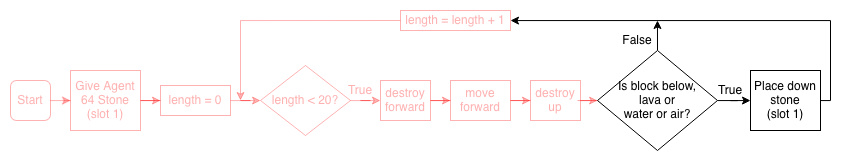
The draw.io diagram tutorials/python-islands/island-7/autominer/images/flowchart-landscape_4.png in CausewayDigital/Minecraft-EE-MakeCode, before a commit. Source tidied: cells renumbered, new cells last; positions are measured from the earlier drawing's top-left corner, leaving out a move shared by most shapes.
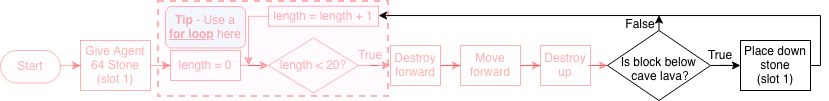
After the change.

The edit, as a diff of the source:
```diff
@@ -2,87 +2,96 @@
   <root>
     <mxCell id="0" />
     <mxCell id="1" parent="0" />
-    <mxCell id="2" style="edgeStyle=orthogonalEdgeStyle;rounded=0;jettySize=auto;html=1;fontColor=light-dark(#FF0000,#FF0000);textOpacity=30;strokeColor=light-dark(#FF0000,#FF0000);opacity=30;" parent="1" edge="1" source="3" target="5">
-      <mxGeometry relative="1" as="geometry" />
-    </mxCell>
-    <mxCell id="3" value="Start" style="rounded=1;whiteSpace=wrap;html=1;fontColor=light-dark(#FF0000,#FF0000);textOpacity=30;strokeColor=light-dark(#FF0000,#FF0000);opacity=30;" parent="1" vertex="1">
-      <mxGeometry y="70" width="40" height="40" as="geometry" />
-    </mxCell>
+    <mxCell id="26" style="edgeStyle=orthogonalEdgeStyle;rounded=0;jettySize=auto;html=1;strokeColor=#FF0000;opacity=30;fontColor=#FF0000;textOpacity=30;" parent="1" edge="1" target="5">
+      <mxGeometry relative="1" as="geometry">
+        <mxPoint x="40" y="90" as="sourcePoint" />
+      </mxGeometry>
+    </mxCell>
-    <mxCell id="4" style="edgeStyle=orthogonalEdgeStyle;rounded=0;jettySize=auto;html=1;fontColor=light-dark(#FF0000,#FF0000);textOpacity=30;strokeColor=light-dark(#FF0000,#FF0000);opacity=30;" parent="1" edge="1" source="5" target="7">
+    <mxCell id="4" style="edgeStyle=orthogonalEdgeStyle;rounded=0;jettySize=auto;html=1;shadow=0;strokeColor=#FF0000;opacity=30;fontColor=#FF0000;textOpacity=30;" parent="1" edge="1" source="5" target="7">
       <mxGeometry relative="1" as="geometry" />
     </mxCell>
-    <mxCell id="5" value="&lt;div&gt;Give Agent 64 Stone&lt;/div&gt;(slot 1)" style="rounded=0;whiteSpace=wrap;html=1;fontColor=light-dark(#FF0000,#FF0000);textOpacity=30;strokeColor=light-dark(#FF0000,#FF0000);opacity=30;" parent="1" vertex="1">
-      <mxGeometry x="60" y="60" width="70" height="60" as="geometry" />
+    <mxCell id="5" value="&lt;div&gt;Give Agent 64 Stone&lt;/div&gt;(slot 1)" style="rounded=0;whiteSpace=wrap;html=1;strokeColor=#FF0000;opacity=30;fontColor=#FF0000;textOpacity=30;" parent="1" vertex="1">
+      <mxGeometry x="60" y="65" width="70" height="50" as="geometry" />
     </mxCell>
-    <mxCell id="6" style="edgeStyle=orthogonalEdgeStyle;rounded=0;jettySize=auto;html=1;fontColor=light-dark(#FF0000,#FF0000);textOpacity=30;strokeColor=light-dark(#FF0000,#FF0000);opacity=30;" parent="1" edge="1" source="7" target="9">
+    <mxCell id="6" style="edgeStyle=orthogonalEdgeStyle;rounded=0;jettySize=auto;html=1;shadow=0;strokeColor=#FF0000;opacity=30;" parent="1" edge="1" source="7" target="9">
       <mxGeometry relative="1" as="geometry" />
     </mxCell>
-    <mxCell id="7" value="length = 0" style="rounded=0;whiteSpace=wrap;html=1;fontColor=light-dark(#FF0000,#FF0000);textOpacity=30;strokeColor=light-dark(#FF0000,#FF0000);opacity=30;" parent="1" vertex="1">
+    <mxCell id="7" value="length = 0" style="rounded=0;whiteSpace=wrap;html=1;shadow=0;strokeColor=#FF0000;opacity=30;fontColor=#FF0000;textOpacity=30;" parent="1" vertex="1">
       <mxGeometry x="150" y="75" width="70" height="30" as="geometry" />
     </mxCell>
-    <mxCell id="8" style="edgeStyle=orthogonalEdgeStyle;rounded=0;jettySize=auto;html=1;fontColor=light-dark(#FF0000,#FF0000);textOpacity=30;strokeColor=light-dark(#FF0000,#FF0000);opacity=30;" parent="1" edge="1" source="9" target="11">
-      <mxGeometry relative="1" as="geometry" />
-    </mxCell>
+    <mxCell id="27" style="edgeStyle=orthogonalEdgeStyle;rounded=0;jettySize=auto;html=1;shadow=0;strokeColor=#FF0000;opacity=30;fontColor=#FF0000;textOpacity=30;" parent="1" edge="1" source="9" target="29">
+      <mxGeometry relative="1" as="geometry" />
+    </mxCell>
-    <mxCell id="9" value="length &amp;lt; 20?" style="rhombus;whiteSpace=wrap;html=1;fontColor=light-dark(#FF0000,#FF0000);textOpacity=30;strokeColor=light-dark(#FF0000,#FF0000);opacity=30;" parent="1" vertex="1">
-      <mxGeometry x="250" y="55" width="90" height="70" as="geometry" />
+    <mxCell id="9" value="length &amp;lt; 20?" style="rhombus;whiteSpace=wrap;html=1;shadow=0;strokeColor=#FF0000;opacity=30;fontColor=#FF0000;textOpacity=30;" parent="1" vertex="1">
+      <mxGeometry x="248" y="62.5" width="90" height="55" as="geometry" />
     </mxCell>
-    <mxCell id="10" style="edgeStyle=orthogonalEdgeStyle;rounded=0;jettySize=auto;html=1;fontColor=light-dark(#FF0000,#FF0000);textOpacity=30;strokeColor=light-dark(#FF0000,#FF0000);opacity=30;" parent="1" edge="1" source="11" target="13">
-      <mxGeometry relative="1" as="geometry" />
-    </mxCell>
-    <mxCell id="11" value="destroy forward" style="rounded=0;whiteSpace=wrap;html=1;fontColor=light-dark(#FF0000,#FF0000);textOpacity=30;strokeColor=light-dark(#FF0000,#FF0000);opacity=30;" parent="1" vertex="1">
-      <mxGeometry x="370" y="70" width="50" height="40" as="geometry" />
-    </mxCell>
-    <mxCell id="12" style="edgeStyle=orthogonalEdgeStyle;rounded=0;jettySize=auto;html=1;exitX=1;exitY=0.5;exitDx=0;exitDy=0;fontColor=light-dark(#FF0000,#FF0000);textOpacity=30;strokeColor=light-dark(#FF0000,#FF0000);opacity=30;" parent="1" edge="1" source="13" target="15">
-      <mxGeometry relative="1" as="geometry" />
-    </mxCell>
-    <mxCell id="13" value="move forward" style="rounded=0;whiteSpace=wrap;html=1;fontColor=light-dark(#FF0000,#FF0000);textOpacity=30;strokeColor=light-dark(#FF0000,#FF0000);opacity=30;" parent="1" vertex="1">
-      <mxGeometry x="440" y="70" width="60" height="40" as="geometry" />
-    </mxCell>
-    <mxCell id="14" style="edgeStyle=orthogonalEdgeStyle;rounded=0;jettySize=auto;html=1;fontColor=light-dark(#FF0000,#FF0000);textOpacity=30;strokeColor=light-dark(#FF0000,#FF0000);opacity=30;" parent="1" edge="1" source="15" target="18">
-      <mxGeometry relative="1" as="geometry" />
-    </mxCell>
-    <mxCell id="15" value="destroy up" style="rounded=0;whiteSpace=wrap;html=1;fontColor=light-dark(#FF0000,#FF0000);textOpacity=30;strokeColor=light-dark(#FF0000,#FF0000);opacity=30;" parent="1" vertex="1">
-      <mxGeometry x="520" y="70" width="50" height="40" as="geometry" />
-    </mxCell>
-    <mxCell id="16" style="edgeStyle=orthogonalEdgeStyle;rounded=0;jettySize=auto;html=1;" parent="1" edge="1" source="18" target="20">
-      <mxGeometry relative="1" as="geometry" />
-    </mxCell>
-    <mxCell id="17" style="edgeStyle=orthogonalEdgeStyle;rounded=0;jettySize=auto;html=1;exitX=0.5;exitY=0;exitDx=0;exitDy=0;" parent="1" edge="1" source="18">
-      <mxGeometry relative="1" as="geometry">
-        <mxPoint x="647" y="10" as="targetPoint" />
-      </mxGeometry>
-    </mxCell>
-    <mxCell id="18" value="Is block below, &lt;br&gt;lava or &lt;br&gt;water or air?" style="rhombus;whiteSpace=wrap;html=1;" parent="1" vertex="1">
-      <mxGeometry x="587" y="40" width="120" height="100" as="geometry" />
-    </mxCell>
+    <mxCell id="28" style="edgeStyle=orthogonalEdgeStyle;rounded=0;jettySize=auto;html=1;shadow=0;strokeColor=#FF0000;opacity=30;fontColor=#FF0000;textOpacity=30;" parent="1" edge="1" source="29" target="31">
+      <mxGeometry relative="1" as="geometry" />
+    </mxCell>
+    <mxCell id="29" value="Destroy forward" style="rounded=0;whiteSpace=wrap;html=1;shadow=0;strokeColor=#FF0000;opacity=30;fontColor=#FF0000;textOpacity=30;" parent="1" vertex="1">
+      <mxGeometry x="370" y="70" width="50" height="40" as="geometry" />
+    </mxCell>
+    <mxCell id="30" style="edgeStyle=orthogonalEdgeStyle;rounded=0;jettySize=auto;html=1;exitX=1;exitY=0.5;exitDx=0;exitDy=0;shadow=0;strokeColor=#FF0000;opacity=30;fontColor=#FF0000;textOpacity=30;" parent="1" edge="1" source="31" target="33">
+      <mxGeometry relative="1" as="geometry" />
+    </mxCell>
+    <mxCell id="31" value="Move forward" style="rounded=0;whiteSpace=wrap;html=1;shadow=0;strokeColor=#FF0000;opacity=30;fontColor=#FF0000;textOpacity=30;" parent="1" vertex="1">
+      <mxGeometry x="440" y="70" width="60" height="40" as="geometry" />
+    </mxCell>
+    <mxCell id="32" style="edgeStyle=orthogonalEdgeStyle;rounded=0;jettySize=auto;html=1;shadow=0;strokeColor=#FF0000;opacity=30;fontColor=#FF0000;textOpacity=30;" parent="1" edge="1" source="33" target="36">
+      <mxGeometry relative="1" as="geometry" />
+    </mxCell>
+    <mxCell id="33" value="Destroy up" style="rounded=0;whiteSpace=wrap;html=1;shadow=0;strokeColor=#FF0000;opacity=30;fontColor=#FF0000;textOpacity=30;" parent="1" vertex="1">
+      <mxGeometry x="520" y="70" width="50" height="40" as="geometry" />
+    </mxCell>
+    <mxCell id="34" style="edgeStyle=orthogonalEdgeStyle;rounded=0;jettySize=auto;html=1;shadow=0;" parent="1" edge="1" source="36" target="20">
+      <mxGeometry relative="1" as="geometry" />
+    </mxCell>
+    <mxCell id="35" style="edgeStyle=orthogonalEdgeStyle;rounded=0;jettySize=auto;html=1;exitX=0.5;exitY=0;exitDx=0;exitDy=0;entryX=0.964;entryY=0.029;entryDx=0;entryDy=0;entryPerimeter=0;shadow=0;" parent="1" edge="1" source="36" target="23">
+      <mxGeometry relative="1" as="geometry" />
+    </mxCell>
+    <mxCell id="36" value="Is block below&amp;nbsp;&lt;br&gt;cave lava?" style="rhombus;whiteSpace=wrap;html=1;verticalAlign=middle;spacingBottom=0;spacingTop=7;spacingLeft=3;shadow=0;" parent="1" vertex="1">
+      <mxGeometry x="587" y="55" width="103" height="70" as="geometry" />
+    </mxCell>
-    <mxCell id="19" style="edgeStyle=orthogonalEdgeStyle;rounded=0;jettySize=auto;html=1;entryX=1;entryY=0.5;entryDx=0;entryDy=0;" parent="1" edge="1" source="20" target="25">
+    <mxCell id="19" style="edgeStyle=orthogonalEdgeStyle;rounded=0;jettySize=auto;html=1;entryX=1;entryY=0.5;entryDx=0;entryDy=0;shadow=0;" parent="1" edge="1" source="20" target="25">
       <mxGeometry relative="1" as="geometry">
         <Array as="points">
-          <mxPoint x="820" y="90" />
-          <mxPoint x="820" y="10" />
-          <mxPoint x="505" y="10" />
+          <mxPoint x="800" y="90" />
+          <mxPoint x="800" y="40" />
+          <mxPoint x="358" y="40" />
         </Array>
       </mxGeometry>
     </mxCell>
-    <mxCell id="20" value="&lt;div&gt;Place down stone&lt;/div&gt;(slot 1)" style="rounded=0;whiteSpace=wrap;html=1;" parent="1" vertex="1">
-      <mxGeometry x="740" y="60" width="70" height="60" as="geometry" />
+    <mxCell id="20" value="&lt;div&gt;Place down stone&lt;/div&gt;(slot 1)" style="rounded=0;whiteSpace=wrap;html=1;shadow=0;" parent="1" vertex="1">
+      <mxGeometry x="720" y="65" width="70" height="50" as="geometry" />
     </mxCell>
-    <mxCell id="21" value="True&lt;span style=&quot;font-family: monospace; font-size: 0px;&quot;&gt;%3CmxGraphModel%3E%3Croot%3E%3CmxCell%20id%3D%220%22%2F%3E%3CmxCell%20id%3D%221%22%20parent%3D%220%22%2F%3E%3CmxCell%20id%3D%222%22%20value%3D%22destroy%20forward%22%20style%3D%22rounded%3D0%3BwhiteSpace%3Dwrap%3Bhtml%3D1%3B%22%20vertex%3D%221%22%20parent%3D%221%22%3E%3CmxGeometry%20x%3D%22240%22%20y%3D%22560%22%20width%3D%22120%22%20height%3D%2260%22%20as%3D%22geometry%22%2F%3E%3C%2FmxCell%3E%3C%2Froot%3E%3C%2FmxGraphModel%3E&lt;/span&gt;" style="text;html=1;align=center;verticalAlign=middle;whiteSpace=wrap;rounded=0;fontColor=light-dark(#FF0000,#FF0000);textOpacity=30;" parent="1" vertex="1">
-      <mxGeometry x="330" y="70" width="40" height="20" as="geometry" />
-    </mxCell>
-    <mxCell id="22" value="True&lt;span style=&quot;color: rgba(0 , 0 , 0 , 0) ; font-family: monospace ; font-size: 0px&quot;&gt;%3CmxGraphModel%3E%3Croot%3E%3CmxCell%20id%3D%220%22%2F%3E%3CmxCell%20id%3D%221%22%20parent%3D%220%22%2F%3E%3CmxCell%20id%3D%222%22%20value%3D%22destroy%20forward%22%20style%3D%22rounded%3D0%3BwhiteSpace%3Dwrap%3Bhtml%3D1%3B%22%20vertex%3D%221%22%20parent%3D%221%22%3E%3CmxGeometry%20x%3D%22240%22%20y%3D%22560%22%20width%3D%22120%22%20height%3D%2260%22%20as%3D%22geometry%22%2F%3E%3C%2FmxCell%3E%3C%2Froot%3E%3C%2FmxGraphModel%3E&lt;/span&gt;" style="text;html=1;align=center;verticalAlign=middle;whiteSpace=wrap;rounded=0;" parent="1" vertex="1">
-      <mxGeometry x="700" y="70" width="40" height="20" as="geometry" />
-    </mxCell>
+    <mxCell id="37" value="True&lt;span style=&quot;font-family: monospace; font-size: 0px;&quot;&gt;%3CmxGraphModel%3E%3Croot%3E%3CmxCell%20id%3D%220%22%2F%3E%3CmxCell%20id%3D%221%22%20parent%3D%220%22%2F%3E%3CmxCell%20id%3D%222%22%20value%3D%22destroy%20forward%22%20style%3D%22rounded%3D0%3BwhiteSpace%3Dwrap%3Bhtml%3D1%3B%22%20vertex%3D%221%22%20parent%3D%221%22%3E%3CmxGeometry%20x%3D%22240%22%20y%3D%22560%22%20width%3D%22120%22%20height%3D%2260%22%20as%3D%22geometry%22%2F%3E%3C%2FmxCell%3E%3C%2Froot%3E%3C%2FmxGraphModel%3E&lt;/span&gt;" style="text;html=1;align=center;verticalAlign=middle;whiteSpace=wrap;rounded=0;shadow=0;strokeColor=none;opacity=30;fontColor=#FF0000;textOpacity=30;" parent="1" vertex="1">
+      <mxGeometry x="330" y="70" width="40" height="20" as="geometry" />
+    </mxCell>
+    <mxCell id="38" value="True&lt;span style=&quot;color: rgba(0 , 0 , 0 , 0) ; font-family: monospace ; font-size: 0px&quot;&gt;%3CmxGraphModel%3E%3Croot%3E%3CmxCell%20id%3D%220%22%2F%3E%3CmxCell%20id%3D%221%22%20parent%3D%220%22%2F%3E%3CmxCell%20id%3D%222%22%20value%3D%22destroy%20forward%22%20style%3D%22rounded%3D0%3BwhiteSpace%3Dwrap%3Bhtml%3D1%3B%22%20vertex%3D%221%22%20parent%3D%221%22%3E%3CmxGeometry%20x%3D%22240%22%20y%3D%22560%22%20width%3D%22120%22%20height%3D%2260%22%20as%3D%22geometry%22%2F%3E%3C%2FmxCell%3E%3C%2Froot%3E%3C%2FmxGraphModel%3E&lt;/span&gt;" style="text;html=1;align=center;verticalAlign=middle;whiteSpace=wrap;rounded=0;shadow=0;" parent="1" vertex="1">
+      <mxGeometry x="680" y="70" width="40" height="20" as="geometry" />
+    </mxCell>
-    <mxCell id="23" value="False" style="text;html=1;align=center;verticalAlign=middle;whiteSpace=wrap;rounded=0;" parent="1" vertex="1">
-      <mxGeometry x="607" y="20" width="40" height="20" as="geometry" />
+    <mxCell id="23" value="False" style="text;html=1;align=center;verticalAlign=middle;whiteSpace=wrap;rounded=0;shadow=0;" parent="1" vertex="1">
+      <mxGeometry x="600" y="39" width="40" height="20" as="geometry" />
     </mxCell>
-    <mxCell id="24" style="edgeStyle=orthogonalEdgeStyle;rounded=0;jettySize=auto;html=1;exitX=0;exitY=0.5;exitDx=0;exitDy=0;fontColor=light-dark(#FF0000,#FF0000);textOpacity=30;strokeColor=light-dark(#FF0000,#FF0000);opacity=30;" parent="1" edge="1" source="25">
-      <mxGeometry relative="1" as="geometry">
-        <mxPoint x="230" y="90" as="targetPoint" />
-      </mxGeometry>
-    </mxCell>
+    <mxCell id="39" style="edgeStyle=orthogonalEdgeStyle;rounded=0;jettySize=auto;html=1;exitX=0;exitY=0.5;exitDx=0;exitDy=0;shadow=0;strokeColor=#FF0000;opacity=30;fontColor=#FF0000;textOpacity=30;" parent="1" edge="1" source="25">
+      <mxGeometry relative="1" as="geometry">
+        <mxPoint x="228" y="90" as="targetPoint" />
+        <Array as="points">
+          <mxPoint x="228" y="41" />
+        </Array>
+      </mxGeometry>
+    </mxCell>
-    <mxCell id="25" value="length = length + 1" style="rounded=0;whiteSpace=wrap;html=1;fontColor=light-dark(#FF0000,#FF0000);textOpacity=30;strokeColor=light-dark(#FF0000,#FF0000);opacity=30;" parent="1" vertex="1">
-      <mxGeometry x="390" width="110" height="20" as="geometry" />
+    <mxCell id="25" value="length = length + 1" style="rounded=0;whiteSpace=wrap;html=1;shadow=0;strokeColor=#FF0000;opacity=30;fontColor=#FF0000;textOpacity=30;" parent="1" vertex="1">
+      <mxGeometry x="248" y="30.8" width="110" height="20" as="geometry" />
     </mxCell>
+    <mxCell id="40" style="rounded=0;whiteSpace=wrap;html=1;fillColor=light-dark(#FB0FFF0D,#EDEDED0D);strokeColor=#FF0000;strokeWidth=2;dashed=1;perimeterSpacing=0;shadow=0;opacity=30;fontColor=#FF0000;textOpacity=30;" parent="1" vertex="1">
+      <mxGeometry x="138" y="26" width="230" height="95" as="geometry" />
+    </mxCell>
+    <mxCell id="41" value="&lt;b&gt;Tip &lt;/b&gt;- Use a &lt;b&gt;&lt;u&gt;for loop&lt;/u&gt;&lt;/b&gt; here" style="text;html=1;whiteSpace=wrap;strokeColor=#FF0000;fillColor=#dae8fc;align=center;verticalAlign=middle;rounded=1;glass=0;shadow=0;opacity=30;fontColor=#FF0000;textOpacity=30;" parent="1" vertex="1">
+      <mxGeometry x="145" y="31" width="80" height="41.5" as="geometry" />
+    </mxCell>
+    <mxCell id="3" value="Start" style="html=1;dashed=0;whiteSpace=wrap;shape=mxgraph.dfd.start;strokeColor=#FF0000;opacity=30;fontColor=#FF0000;textOpacity=30;" parent="1" vertex="1">
+      <mxGeometry x="-20" y="75" width="60" height="32.5" as="geometry" />
+    </mxCell>
   </root>
 </mxGraphModel>
```
